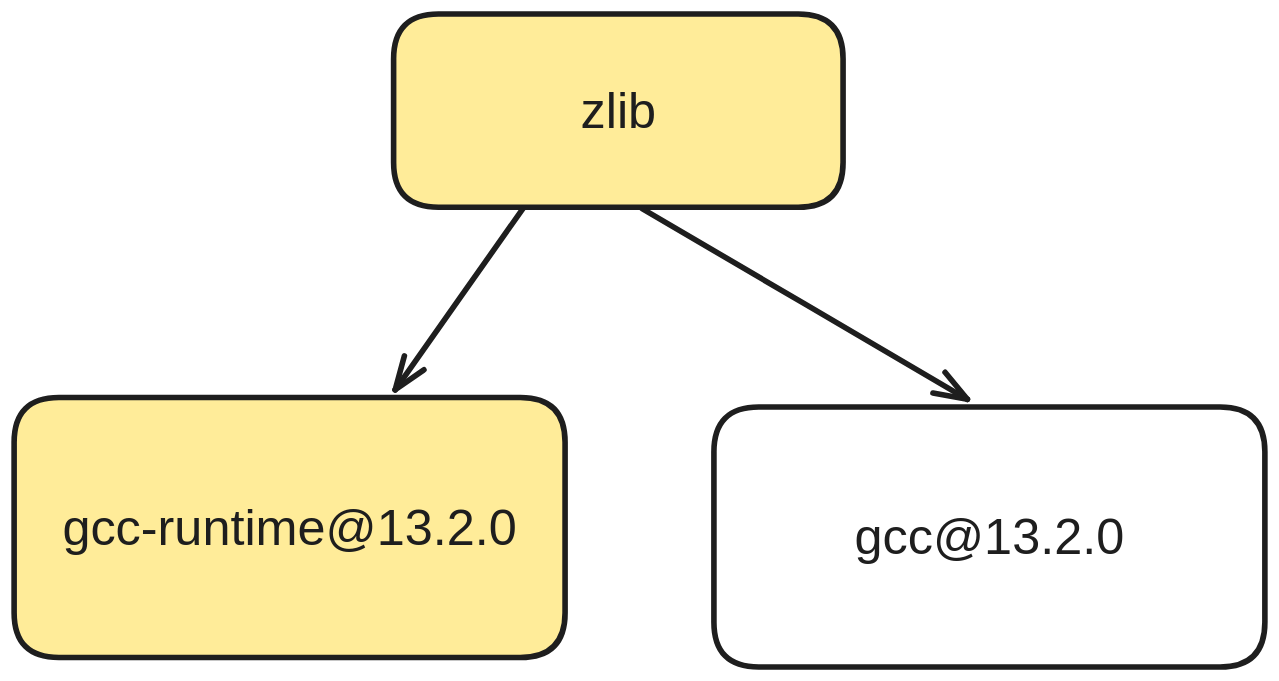
Before: dist/images/gcc-runtime-future.svg, a diagram exported from Excalidraw (spack/spack-cscs2024). Source tidied: one line per element, renumbered; positions are measured from the earlier drawing's top-left corner, leaving out a move shared by most shapes. Its diagram source:
```json
{"id": 0, "type": "rectangle", "strokeColor": "#1e1e1e", "backgroundColor": "#ffec99", "fillStyle": "solid", "strokeWidth": 4, "roughness": 0, "round": true, "x": 271, "y": 0, "width": 321, "height": 138}
{"id": 1, "type": "text", "text": "zlib", "strokeColor": "#1e1e1e", "backgroundColor": "#ffffff", "fillStyle": "hachure", "strokeWidth": 1, "roughness": 0, "fontSize": 36, "fontFamily": 2, "textAlign": "center", "verticalAlign": "middle", "inside": 0, "x": 405, "y": 48, "width": 54, "height": 41}
{"id": 2, "type": "rectangle", "strokeColor": "#1e1e1e", "backgroundColor": "#ffec99", "fillStyle": "solid", "strokeWidth": 4, "roughness": 0, "round": true, "x": 0, "y": 274, "width": 394, "height": 186}
{"id": 3, "type": "text", "text": "gcc-runtime@13.2.0", "strokeColor": "#1e1e1e", "backgroundColor": "#ffffff", "fillStyle": "hachure", "strokeWidth": 1, "roughness": 0, "fontSize": 36, "fontFamily": 2, "textAlign": "center", "verticalAlign": "middle", "inside": 2, "x": 34, "y": 346, "width": 325, "height": 41}
{"id": 4, "type": "arrow", "strokeColor": "#1e1e1e", "backgroundColor": "#ffffff", "fillStyle": "hachure", "strokeWidth": 4, "roughness": 0, "endArrowhead": "arrow", "round": true, "from": 0, "to": 2, "x": 363, "y": 139, "width": 91, "height": 129, "points": [[0, 0], [-91, 129]]}
{"id": 5, "type": "rectangle", "strokeColor": "#1e1e1e", "backgroundColor": "#ffffff", "fillStyle": "hachure", "strokeWidth": 4, "roughness": 0, "round": true, "x": 500, "y": 281, "width": 394, "height": 186}
{"id": 6, "type": "text", "text": "gcc@13.2.0", "strokeColor": "#1e1e1e", "backgroundColor": "#ffffff", "fillStyle": "hachure", "strokeWidth": 1, "roughness": 0, "fontSize": 36, "fontFamily": 2, "textAlign": "center", "verticalAlign": "middle", "inside": 5, "x": 600, "y": 353, "width": 193, "height": 41}
{"id": 7, "type": "arrow", "strokeColor": "#1e1e1e", "backgroundColor": "#ffffff", "fillStyle": "hachure", "strokeWidth": 4, "roughness": 0, "endArrowhead": "arrow", "round": true, "from": 0, "to": 5, "x": 449, "y": 139, "width": 232, "height": 136, "points": [[0, 0], [232, 136]]}
```
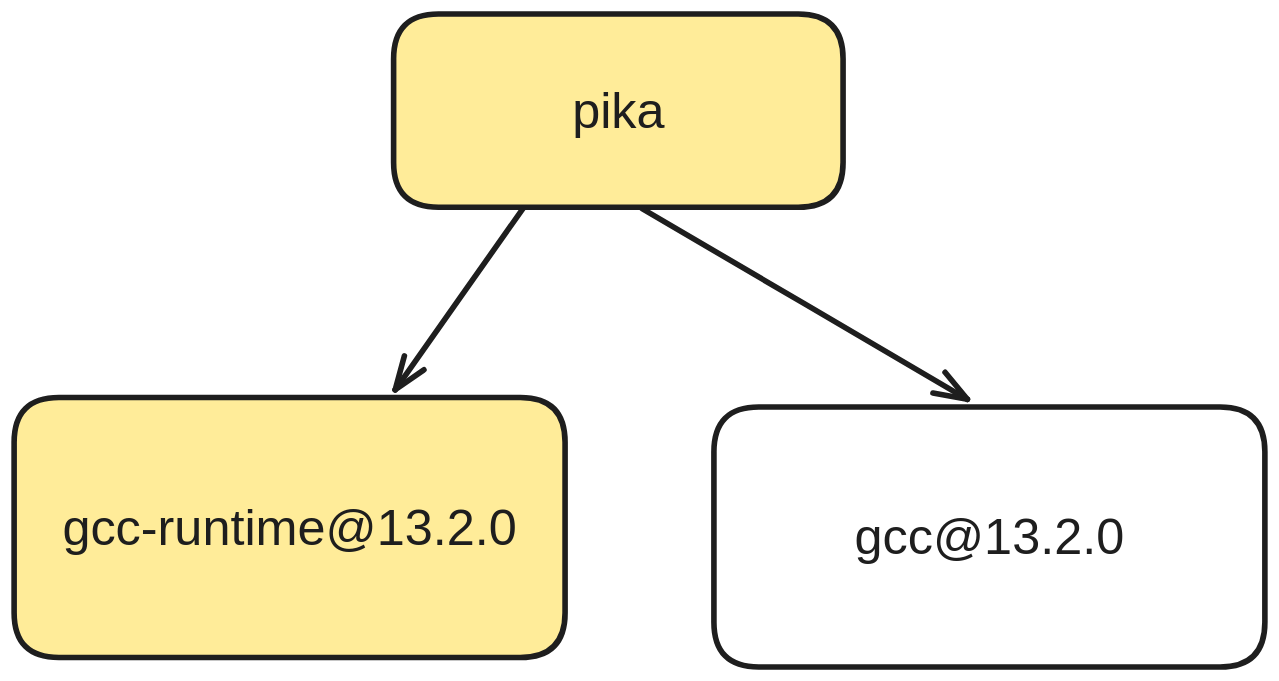
After the change.

What changed in the source:
```diff
@@ -1,5 +1,5 @@
 {"id": 0, "type": "rectangle", "strokeColor": "#1e1e1e", "backgroundColor": "#ffec99", "fillStyle": "solid", "strokeWidth": 4, "roughness": 0, "round": true, "x": 271, "y": 0, "width": 321, "height": 138}
-{"id": 1, "type": "text", "text": "zlib", "strokeColor": "#1e1e1e", "backgroundColor": "#ffffff", "fillStyle": "hachure", "strokeWidth": 1, "roughness": 0, "fontSize": 36, "fontFamily": 2, "textAlign": "center", "verticalAlign": "middle", "inside": 0, "x": 405, "y": 48, "width": 54, "height": 41}
+{"id": 1, "type": "text", "text": "pika", "strokeColor": "#1e1e1e", "backgroundColor": "#ffffff", "fillStyle": "hachure", "strokeWidth": 1, "roughness": 0, "fontSize": 36, "fontFamily": 2, "textAlign": "center", "verticalAlign": "middle", "inside": 0, "x": 399, "y": 48, "width": 66, "height": 41}
 {"id": 2, "type": "rectangle", "strokeColor": "#1e1e1e", "backgroundColor": "#ffec99", "fillStyle": "solid", "strokeWidth": 4, "roughness": 0, "round": true, "x": 0, "y": 274, "width": 394, "height": 186}
 {"id": 3, "type": "text", "text": "gcc-runtime@13.2.0", "strokeColor": "#1e1e1e", "backgroundColor": "#ffffff", "fillStyle": "hachure", "strokeWidth": 1, "roughness": 0, "fontSize": 36, "fontFamily": 2, "textAlign": "center", "verticalAlign": "middle", "inside": 2, "x": 34, "y": 346, "width": 325, "height": 41}
 {"id": 4, "type": "arrow", "strokeColor": "#1e1e1e", "backgroundColor": "#ffffff", "fillStyle": "hachure", "strokeWidth": 4, "roughness": 0, "endArrowhead": "arrow", "round": true, "from": 0, "to": 2, "x": 363, "y": 139, "width": 91, "height": 129, "points": [[0, 0], [-91, 129]]}
```
